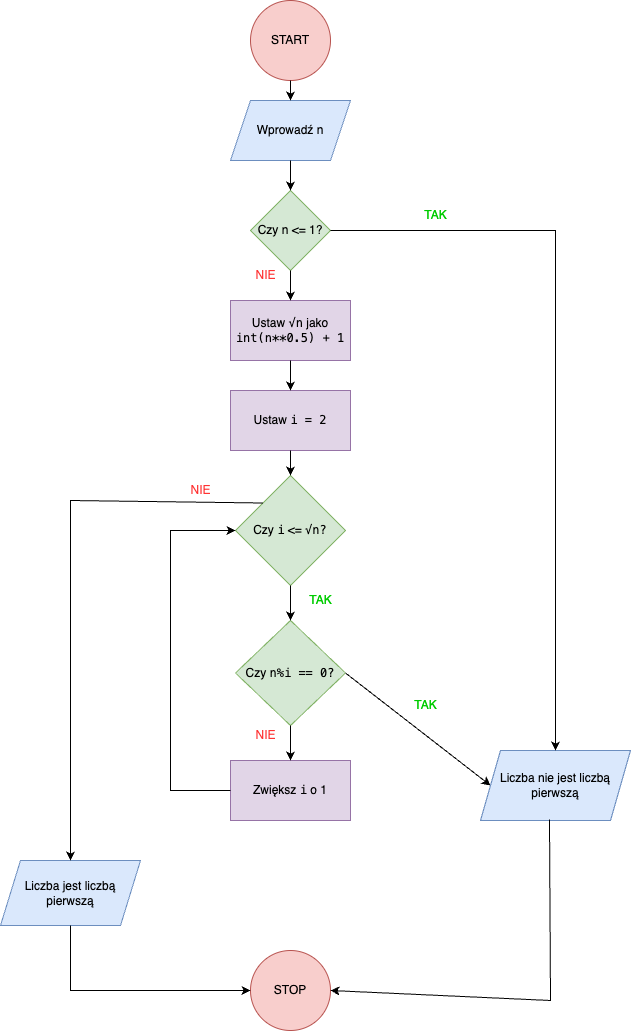
The draw.io diagram Algorytmy_i_struktury_danych/liczbypierwsze/liczby pierwsze schemat blokowy.png in kamil7133/Studia, before a commit. Source tidied: cells renumbered, new cells last; positions are measured from the earlier drawing's top-left corner, leaving out a move shared by most shapes.
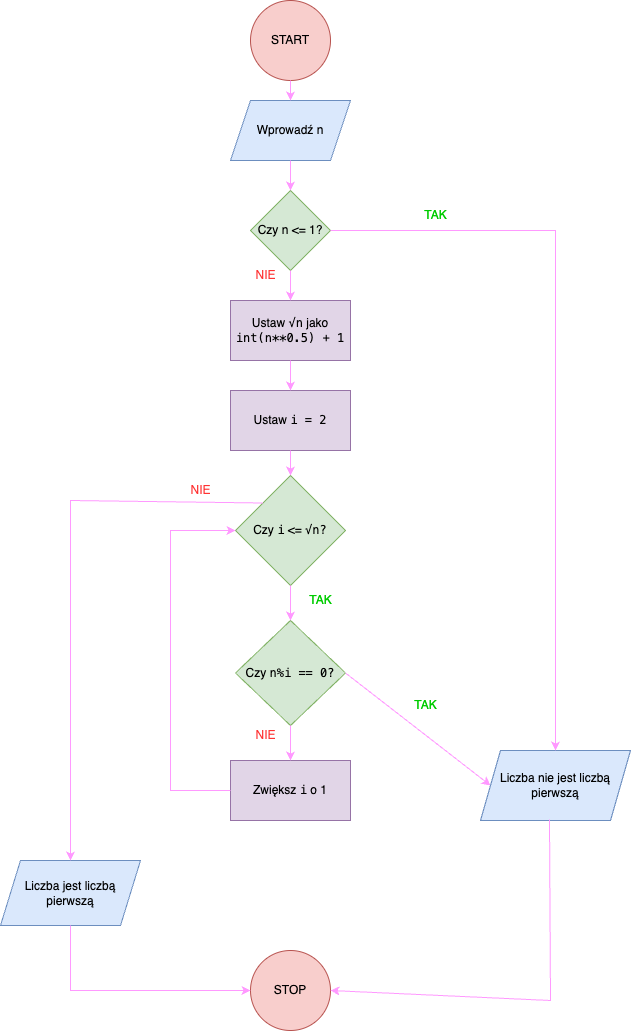
The same file after the commit.

Change to the diagram source:
```diff
@@ -35,14 +35,14 @@
     <mxCell id="12" value="STOP" style="ellipse;whiteSpace=wrap;html=1;fillColor=#f8cecc;strokeColor=#b85450;" parent="1" vertex="1">
       <mxGeometry x="250" y="950" width="80" height="80" as="geometry" />
     </mxCell>
-    <mxCell id="13" style="endArrow=classic;html=1;rounded=0;exitX=1;exitY=0.5;exitDx=0;exitDy=0;entryX=0.5;entryY=0;entryDx=0;entryDy=0;" parent="1" edge="1" source="4" target="11">
+    <mxCell id="13" style="endArrow=classic;html=1;rounded=0;exitX=1;exitY=0.5;exitDx=0;exitDy=0;entryX=0.5;entryY=0;entryDx=0;entryDy=0;strokeColor=#FF99FF;" parent="1" edge="1" source="4" target="11">
       <mxGeometry relative="1" as="geometry">
         <Array as="points">
           <mxPoint x="555" y="230" />
         </Array>
       </mxGeometry>
     </mxCell>
-    <mxCell id="14" style="endArrow=classic;html=1;rounded=0;exitX=0.46;exitY=0.986;exitDx=0;exitDy=0;exitPerimeter=0;entryX=1;entryY=0.5;entryDx=0;entryDy=0;" parent="1" edge="1" source="11" target="12">
+    <mxCell id="14" style="endArrow=classic;html=1;rounded=0;exitX=0.46;exitY=0.986;exitDx=0;exitDy=0;exitPerimeter=0;entryX=1;entryY=0.5;entryDx=0;entryDy=0;strokeColor=#FF99FF;" parent="1" edge="1" source="11" target="12">
       <mxGeometry relative="1" as="geometry">
         <Array as="points">
           <mxPoint x="550" y="1000" />
@@ -52,23 +52,23 @@
     <mxCell id="15" value="TAK" style="text;align=center;verticalAlign=middle;strokeColor=none;fillColor=none;fontColor=#00CC00;fontSize=12;html=1;" parent="1" vertex="1">
       <mxGeometry x="410" y="200" width="50" height="30" as="geometry" />
     </mxCell>
-    <mxCell id="16" style="endArrow=classic;html=1;rounded=0;exitX=0.5;exitY=1;exitDx=0;exitDy=0;entryX=0.5;entryY=0;entryDx=0;entryDy=0;" parent="1" edge="1" source="4" target="5">
+    <mxCell id="16" style="endArrow=classic;html=1;rounded=0;exitX=0.5;exitY=1;exitDx=0;exitDy=0;entryX=0.5;entryY=0;entryDx=0;entryDy=0;strokeColor=#FF99FF;" parent="1" edge="1" source="4" target="5">
       <mxGeometry relative="1" as="geometry" />
     </mxCell>
-    <mxCell id="17" style="endArrow=classic;html=1;rounded=0;exitX=0.5;exitY=1;exitDx=0;exitDy=0;entryX=0.5;entryY=0;entryDx=0;entryDy=0;" parent="1" edge="1" source="5" target="6">
+    <mxCell id="17" style="endArrow=classic;html=1;rounded=0;exitX=0.5;exitY=1;exitDx=0;exitDy=0;entryX=0.5;entryY=0;entryDx=0;entryDy=0;strokeColor=#FF99FF;" parent="1" edge="1" source="5" target="6">
       <mxGeometry relative="1" as="geometry" />
     </mxCell>
-    <mxCell id="18" style="endArrow=classic;html=1;rounded=0;exitX=0.5;exitY=1;exitDx=0;exitDy=0;entryX=0.5;entryY=0;entryDx=0;entryDy=0;" parent="1" edge="1" source="6" target="7">
+    <mxCell id="18" style="endArrow=classic;html=1;rounded=0;exitX=0.5;exitY=1;exitDx=0;exitDy=0;entryX=0.5;entryY=0;entryDx=0;entryDy=0;strokeColor=#FF99FF;" parent="1" edge="1" source="6" target="7">
       <mxGeometry relative="1" as="geometry" />
     </mxCell>
-    <mxCell id="19" style="endArrow=classic;html=1;rounded=0;exitX=0.5;exitY=1;exitDx=0;exitDy=0;entryX=0.5;entryY=0;entryDx=0;entryDy=0;" parent="1" edge="1" source="7" target="8">
+    <mxCell id="19" style="endArrow=classic;html=1;rounded=0;exitX=0.5;exitY=1;exitDx=0;exitDy=0;entryX=0.5;entryY=0;entryDx=0;entryDy=0;strokeColor=#FF99FF;" parent="1" edge="1" source="7" target="8">
       <mxGeometry relative="1" as="geometry">
         <Array as="points">
           <mxPoint x="290" y="600" />
         </Array>
       </mxGeometry>
     </mxCell>
-    <mxCell id="20" style="endArrow=classic;html=1;rounded=0;exitX=1;exitY=0.5;exitDx=0;exitDy=0;entryX=0;entryY=0.5;entryDx=0;entryDy=0;" parent="1" edge="1" source="8" target="11">
+    <mxCell id="20" style="endArrow=classic;html=1;rounded=0;exitX=1;exitY=0.5;exitDx=0;exitDy=0;entryX=0;entryY=0.5;entryDx=0;entryDy=0;strokeColor=#FF99FF;" parent="1" edge="1" source="8" target="11">
       <mxGeometry relative="1" as="geometry" />
     </mxCell>
     <mxCell id="21" value="TAK" style="text;align=center;verticalAlign=middle;strokeColor=none;fillColor=none;fontColor=#00CC00;fontSize=12;html=1;" parent="1" vertex="1">
@@ -77,10 +77,10 @@
     <mxCell id="22" value="TAK" style="text;align=center;verticalAlign=middle;strokeColor=none;fillColor=none;fontColor=#00CC00;fontSize=12;html=1;" parent="1" vertex="1">
       <mxGeometry x="400" y="690" width="50" height="30" as="geometry" />
     </mxCell>
-    <mxCell id="23" style="endArrow=classic;html=1;rounded=0;exitX=0.5;exitY=1;exitDx=0;exitDy=0;entryX=0.5;entryY=0;entryDx=0;entryDy=0;" parent="1" edge="1" source="8" target="9">
+    <mxCell id="23" style="endArrow=classic;html=1;rounded=0;exitX=0.5;exitY=1;exitDx=0;exitDy=0;entryX=0.5;entryY=0;entryDx=0;entryDy=0;strokeColor=#FF99FF;" parent="1" edge="1" source="8" target="9">
       <mxGeometry relative="1" as="geometry" />
     </mxCell>
-    <mxCell id="24" style="endArrow=classic;html=1;rounded=0;exitX=0;exitY=0.5;exitDx=0;exitDy=0;entryX=0;entryY=0.5;entryDx=0;entryDy=0;" parent="1" edge="1" source="9" target="7">
+    <mxCell id="24" style="endArrow=classic;html=1;rounded=0;exitX=0;exitY=0.5;exitDx=0;exitDy=0;entryX=0;entryY=0.5;entryDx=0;entryDy=0;strokeColor=#FF99FF;" parent="1" edge="1" source="9" target="7">
       <mxGeometry relative="1" as="geometry">
         <Array as="points">
           <mxPoint x="170" y="790" />
@@ -94,20 +94,17 @@
     <mxCell id="26" value="&lt;font color=&quot;#ff3333&quot;&gt;NIE&lt;/font&gt;" style="text;align=center;verticalAlign=middle;strokeColor=none;fillColor=none;fontColor=#00CC00;fontSize=12;html=1;" parent="1" vertex="1">
       <mxGeometry x="245" y="260" width="40" height="30" as="geometry" />
     </mxCell>
-    <mxCell id="27" style="endArrow=classic;html=1;rounded=0;exitX=0.5;exitY=1;exitDx=0;exitDy=0;entryX=0.5;entryY=0;entryDx=0;entryDy=0;" parent="1" edge="1" source="2" target="3">
-      <mxGeometry relative="1" as="geometry" />
-    </mxCell>
-    <mxCell id="28" style="endArrow=classic;html=1;rounded=0;exitX=0.5;exitY=1;exitDx=0;exitDy=0;entryX=0.5;entryY=0;entryDx=0;entryDy=0;" parent="1" edge="1" source="3" target="4">
+    <mxCell id="28" style="endArrow=classic;html=1;rounded=0;exitX=0.5;exitY=1;exitDx=0;exitDy=0;entryX=0.5;entryY=0;entryDx=0;entryDy=0;strokeColor=#FF99FF;" parent="1" edge="1" source="3" target="4">
       <mxGeometry relative="1" as="geometry" />
     </mxCell>
-    <mxCell id="29" style="endArrow=classic;html=1;rounded=0;exitX=0;exitY=0;exitDx=0;exitDy=0;entryX=0.5;entryY=0;entryDx=0;entryDy=0;" parent="1" edge="1" source="7" target="10">
+    <mxCell id="29" style="endArrow=classic;html=1;rounded=0;exitX=0;exitY=0;exitDx=0;exitDy=0;entryX=0.5;entryY=0;entryDx=0;entryDy=0;strokeColor=#FF99FF;" parent="1" edge="1" source="7" target="10">
       <mxGeometry relative="1" as="geometry">
         <Array as="points">
           <mxPoint x="70" y="500" />
         </Array>
       </mxGeometry>
     </mxCell>
-    <mxCell id="30" style="endArrow=classic;html=1;rounded=0;exitX=0.5;exitY=1;exitDx=0;exitDy=0;entryX=0;entryY=0.5;entryDx=0;entryDy=0;" parent="1" edge="1" source="10" target="12">
+    <mxCell id="30" style="endArrow=classic;html=1;rounded=0;exitX=0.5;exitY=1;exitDx=0;exitDy=0;entryX=0;entryY=0.5;entryDx=0;entryDy=0;strokeColor=#FF99FF;" parent="1" edge="1" source="10" target="12">
       <mxGeometry relative="1" as="geometry">
         <Array as="points">
           <mxPoint x="70" y="990" />
@@ -117,5 +114,8 @@
     <mxCell id="31" value="&lt;font color=&quot;#ff3333&quot;&gt;NIE&lt;/font&gt;" style="text;align=center;verticalAlign=middle;strokeColor=none;fillColor=none;fontColor=#00CC00;fontSize=12;html=1;" parent="1" vertex="1">
       <mxGeometry x="180" y="475" width="40" height="30" as="geometry" />
     </mxCell>
+    <mxCell id="27" style="endArrow=classic;html=1;rounded=0;exitX=0.5;exitY=1;exitDx=0;exitDy=0;entryX=0.5;entryY=0;entryDx=0;entryDy=0;strokeColor=#FF99FF;" parent="1" edge="1" source="2" target="3">
+      <mxGeometry relative="1" as="geometry" />
+    </mxCell>
   </root>
 </mxGraphModel>
```
